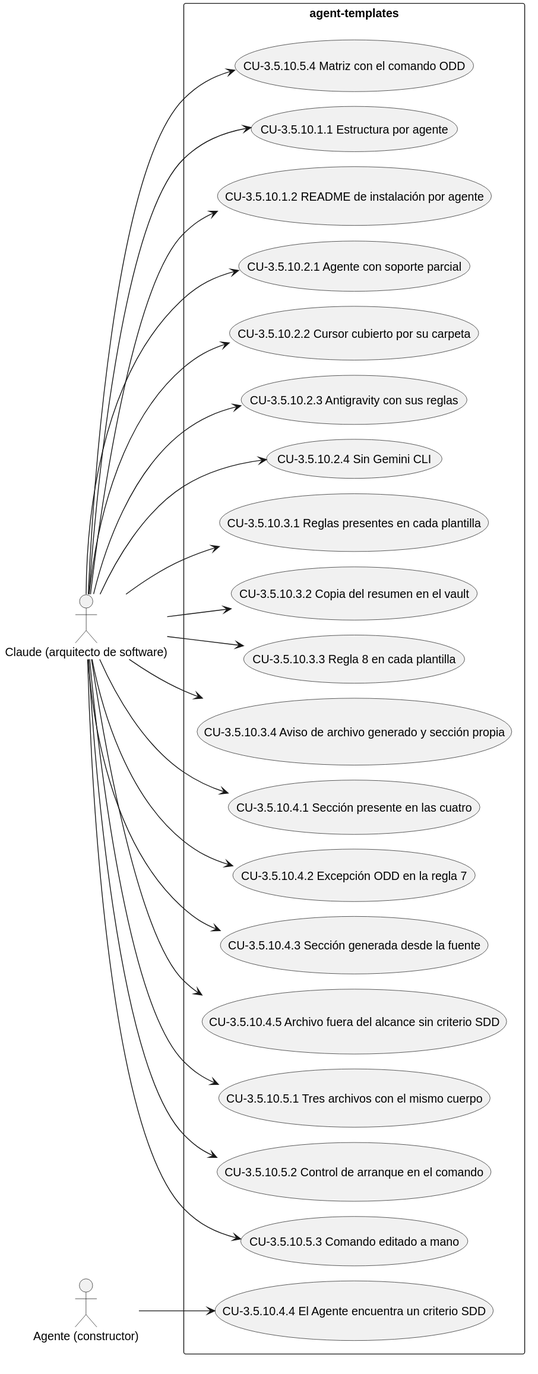
Above: docs/diagramas/CAP-3.5.10.svg in Lautaro-Montecchiani/sdd-global-config (PlantUML), before the change.
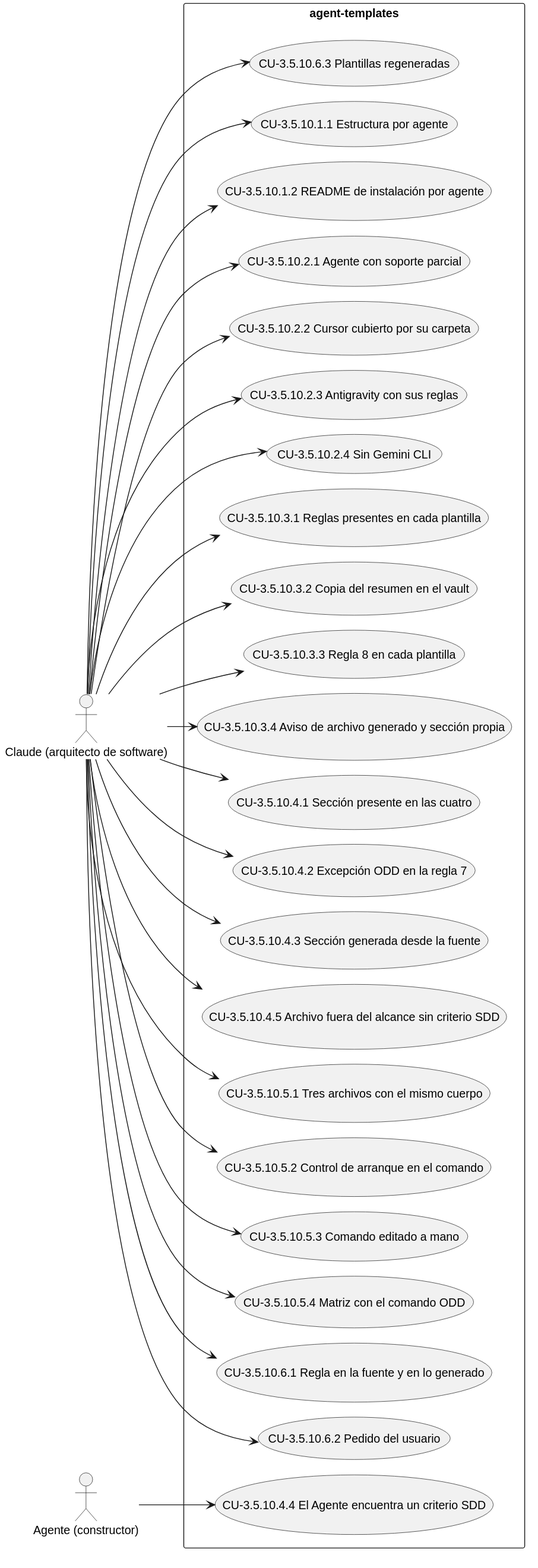
Above is the later version.

Change to the diagram source:
```diff
@@ -23,6 +23,9 @@
   usecase "CU-3.5.10.5.2 Control de arranque en el comando" as UC_3_5_10_5_2
   usecase "CU-3.5.10.5.3 Comando editado a mano" as UC_3_5_10_5_3
   usecase "CU-3.5.10.5.4 Matriz con el comando ODD" as UC_3_5_10_5_4
+  usecase "CU-3.5.10.6.1 Regla en la fuente y en lo generado" as UC_3_5_10_6_1
+  usecase "CU-3.5.10.6.2 Pedido del usuario" as UC_3_5_10_6_2
+  usecase "CU-3.5.10.6.3 Plantillas regeneradas" as UC_3_5_10_6_3
 }
 A1 --> UC_3_5_10_1_1
 A1 --> UC_3_5_10_1_2
@@ -43,4 +46,7 @@
 A1 --> UC_3_5_10_5_2
 A1 --> UC_3_5_10_5_3
 A1 --> UC_3_5_10_5_4
+A1 --> UC_3_5_10_6_1
+A1 --> UC_3_5_10_6_2
+A1 --> UC_3_5_10_6_3
 @enduml
```
